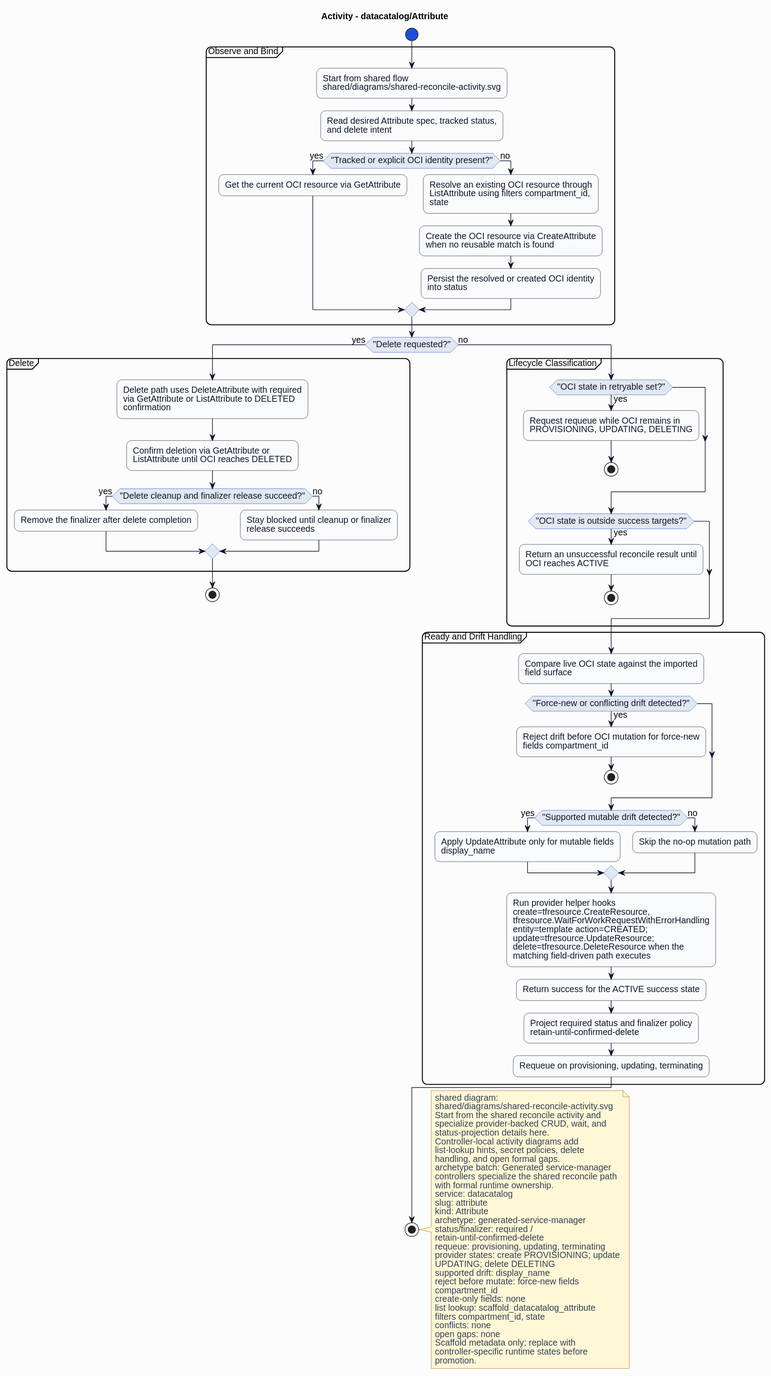
HaoyL666/oci-service-operator keeps this PlantUML diagram as formal/controllers/datacatalog/attribute/diagrams/activity.svg. Above is the earlier version.
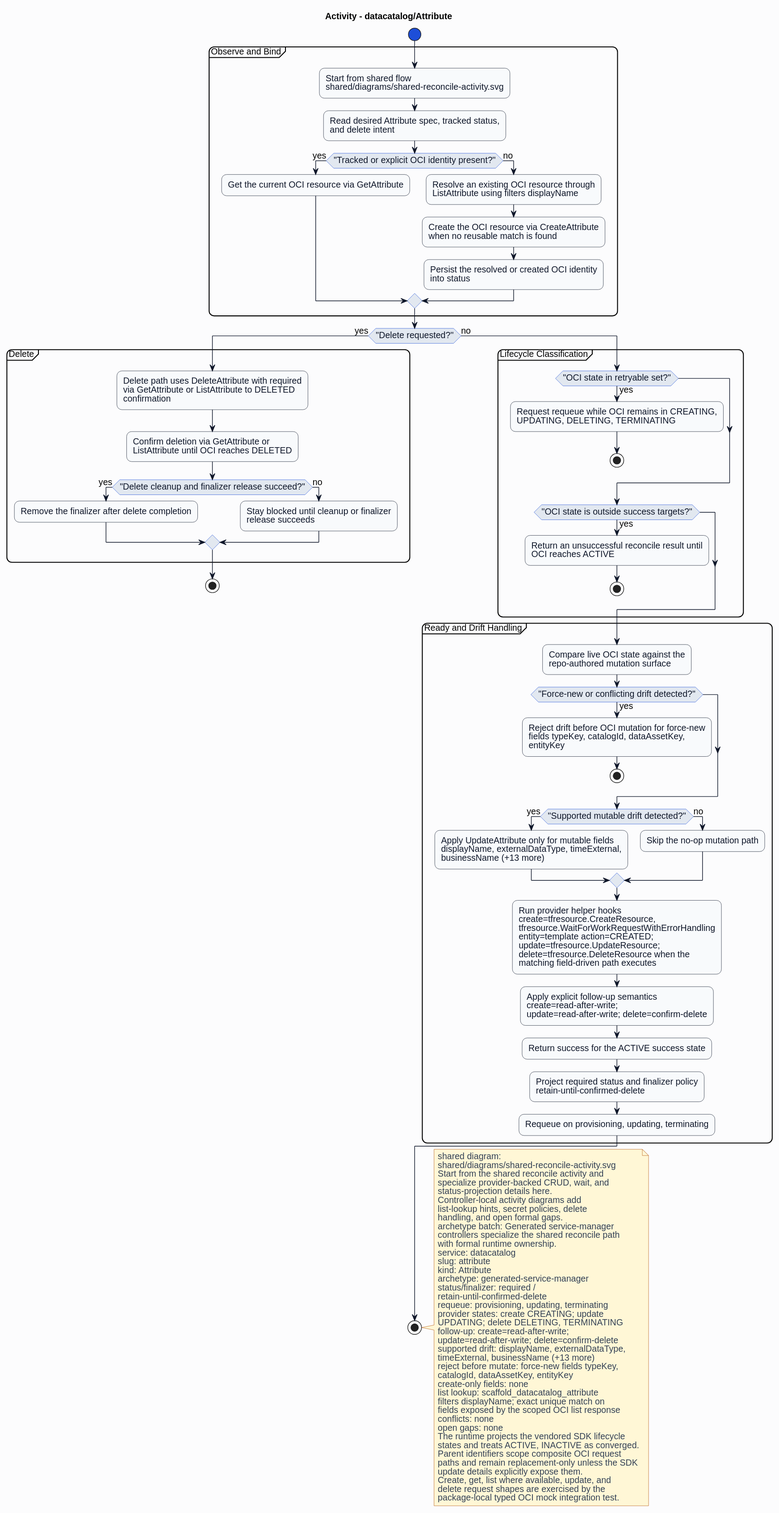
After the commit.

What changed in the source:
```diff
@@ -27,7 +27,7 @@
 if ("Tracked or explicit OCI identity present?") then (yes)
 :Get the current OCI resource via GetAttribute;
 else (no)
-:Resolve an existing OCI resource through\nListAttribute using filters compartment_id,\nstate;
+:Resolve an existing OCI resource through\nListAttribute using filters displayName;
 :Create the OCI resource via CreateAttribute\nwhen no reusable match is found;
 :Persist the resolved or created OCI identity\ninto status;
 endif
@@ -46,7 +46,7 @@
 else (no)
 partition "Lifecycle Classification" {
 if ("OCI state in retryable set?") then (yes)
-:Request requeue while OCI remains in\nPROVISIONING, UPDATING, DELETING;
+:Request requeue while OCI remains in CREATING,\nUPDATING, DELETING, TERMINATING;
 stop
 endif
 if ("OCI state is outside success targets?") then (yes)
@@ -55,17 +55,18 @@
 endif
 }
 partition "Ready and Drift Handling" {
-:Compare live OCI state against the imported\nfield surface;
+:Compare live OCI state against the\nrepo-authored mutation surface;
 if ("Force-new or conflicting drift detected?") then (yes)
-:Reject drift before OCI mutation for force-new\nfields compartment_id;
+:Reject drift before OCI mutation for force-new\nfields typeKey, catalogId, dataAssetKey,\nentityKey;
 stop
 endif
 if ("Supported mutable drift detected?") then (yes)
-:Apply UpdateAttribute only for mutable fields\ndisplay_name;
+:Apply UpdateAttribute only for mutable fields\ndisplayName, externalDataType, timeExternal,\nbusinessName (+13 more);
 else (no)
 :Skip the no-op mutation path;
 endif
 :Run provider helper hooks\ncreate=tfresource.CreateResource,\ntfresource.WaitForWorkRequestWithErrorHandling\nentity=template action=CREATED;\nupdate=tfresource.UpdateResource;\ndelete=tfresource.DeleteResource when the\nmatching field-driven path executes;
+:Apply explicit follow-up semantics\ncreate=read-after-write;\nupdate=read-after-write; delete=confirm-delete;
 :Return success for the ACTIVE success state;
 :Project required status and finalizer policy\nretain-until-confirmed-delete;
 :Requeue on provisioning, updating, terminating;
@@ -91,18 +92,27 @@
 status/finalizer: required /
 retain-until-confirmed-delete
 requeue: provisioning, updating, terminating
-provider states: create PROVISIONING; update
-UPDATING; delete DELETING
-supported drift: display_name
-reject before mutate: force-new fields
-compartment_id
+provider states: create CREATING; update
+UPDATING; delete DELETING, TERMINATING
+follow-up: create=read-after-write;
+update=read-after-write; delete=confirm-delete
+supported drift: displayName, externalDataType,
+timeExternal, businessName (+13 more)
+reject before mutate: force-new fields typeKey,
+catalogId, dataAssetKey, entityKey
 create-only fields: none
 list lookup: scaffold_datacatalog_attribute
-filters compartment_id, state
+filters displayName; exact unique match on
+fields exposed by the scoped OCI list response
 conflicts: none
 open gaps: none
-Scaffold metadata only; replace with
-controller-specific runtime states before
-promotion.
+The runtime projects the vendored SDK lifecycle
+states and treats ACTIVE, INACTIVE as converged.
+Parent identifiers scope composite OCI request
+paths and remain replacement-only unless the SDK
+update details explicitly expose them.
+Create, get, list where available, update, and
+delete request shapes are exercised by the
+package-local typed OCI mock integration test.
 end note
 @enduml
```
